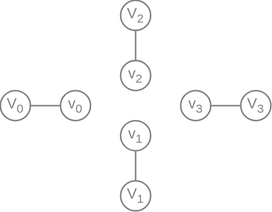
This is wiki/MeshGraphVerticesGraph.svg from YoanWithY/kayo, a draw.io export, as it was before one commit. Source tidied: cells renumbered, new cells last; positions are measured from the earlier drawing's top-left corner, leaving out a move shared by most shapes.
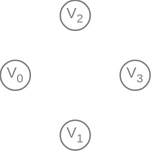
After the change.

Change to the diagram source:
```diff
@@ -2,41 +2,17 @@
   <root>
     <mxCell id="0" />
     <mxCell id="1" value="VertexGraph" parent="0" />
-    <mxCell id="2" style="edgeStyle=none;html=1;endArrow=none;endFill=0;strokeColor=#808080;" parent="1" edge="1" source="3" target="4">
-      <mxGeometry relative="1" as="geometry" />
-    </mxCell>
     <mxCell id="3" value="V&lt;sub style=&quot;&quot;&gt;&lt;font style=&quot;font-size: 8px;&quot;&gt;0&lt;/font&gt;&lt;/sub&gt;" style="ellipse;whiteSpace=wrap;html=1;fontSize=10;fillColor=none;strokeColor=#808080;fontColor=#808080;" parent="1" vertex="1">
-      <mxGeometry y="60" width="20" height="20" as="geometry" />
+      <mxGeometry x="40" y="60" width="20" height="20" as="geometry" />
     </mxCell>
-    <mxCell id="4" value="v&lt;sub style=&quot;&quot;&gt;&lt;font style=&quot;font-size: 8px;&quot;&gt;0&lt;/font&gt;&lt;/sub&gt;" style="ellipse;whiteSpace=wrap;html=1;fontSize=10;fillColor=none;strokeColor=#808080;fontColor=#808080;" parent="1" vertex="1">
-      <mxGeometry x="40" y="60" width="20" height="20" as="geometry" />
-    </mxCell>
-    <mxCell id="5" style="edgeStyle=none;html=1;endArrow=none;endFill=0;strokeColor=#808080;" parent="1" edge="1" source="6" target="7">
-      <mxGeometry relative="1" as="geometry" />
-    </mxCell>
     <mxCell id="6" value="V&lt;sub style=&quot;&quot;&gt;&lt;font style=&quot;font-size: 8px;&quot;&gt;1&lt;/font&gt;&lt;/sub&gt;" style="ellipse;whiteSpace=wrap;html=1;fontSize=10;fillColor=none;strokeColor=#808080;fontColor=#808080;" parent="1" vertex="1">
-      <mxGeometry x="80" y="120" width="20" height="20" as="geometry" />
+      <mxGeometry x="80" y="100" width="20" height="20" as="geometry" />
     </mxCell>
-    <mxCell id="7" value="v&lt;sub style=&quot;&quot;&gt;&lt;font style=&quot;font-size: 8px;&quot;&gt;1&lt;/font&gt;&lt;/sub&gt;" style="ellipse;whiteSpace=wrap;html=1;fontSize=10;fillColor=none;strokeColor=#808080;fontColor=#808080;" parent="1" vertex="1">
-      <mxGeometry x="80" y="80" width="20" height="20" as="geometry" />
-    </mxCell>
-    <mxCell id="8" style="edgeStyle=none;html=1;endArrow=none;endFill=0;strokeColor=#808080;" parent="1" edge="1" source="9" target="10">
-      <mxGeometry relative="1" as="geometry" />
-    </mxCell>
     <mxCell id="9" value="V&lt;sub style=&quot;&quot;&gt;&lt;font style=&quot;font-size: 8px;&quot;&gt;2&lt;/font&gt;&lt;/sub&gt;" style="ellipse;whiteSpace=wrap;html=1;fontSize=10;fillColor=none;strokeColor=#808080;fontColor=#808080;" parent="1" vertex="1">
-      <mxGeometry x="80" width="20" height="20" as="geometry" />
+      <mxGeometry x="80" y="20" width="20" height="20" as="geometry" />
     </mxCell>
-    <mxCell id="10" value="v&lt;sub style=&quot;&quot;&gt;&lt;font style=&quot;font-size: 8px;&quot;&gt;2&lt;/font&gt;&lt;/sub&gt;" style="ellipse;whiteSpace=wrap;html=1;fontSize=10;fillColor=none;strokeColor=#808080;fontColor=#808080;" parent="1" vertex="1">
-      <mxGeometry x="80" y="40" width="20" height="20" as="geometry" />
-    </mxCell>
-    <mxCell id="11" style="edgeStyle=none;html=1;endArrow=none;endFill=0;strokeColor=#808080;" parent="1" edge="1" source="12" target="13">
-      <mxGeometry relative="1" as="geometry" />
-    </mxCell>
     <mxCell id="12" value="V&lt;sub style=&quot;&quot;&gt;&lt;font style=&quot;font-size: 8px;&quot;&gt;3&lt;/font&gt;&lt;/sub&gt;" style="ellipse;whiteSpace=wrap;html=1;fontSize=10;fillColor=none;strokeColor=#808080;fontColor=#808080;" parent="1" vertex="1">
-      <mxGeometry x="160" y="60" width="20" height="20" as="geometry" />
+      <mxGeometry x="120" y="60" width="20" height="20" as="geometry" />
     </mxCell>
-    <mxCell id="13" value="v&lt;sub style=&quot;&quot;&gt;&lt;font style=&quot;font-size: 8px;&quot;&gt;3&lt;/font&gt;&lt;/sub&gt;" style="ellipse;whiteSpace=wrap;html=1;fontSize=10;fillColor=none;strokeColor=#808080;fontColor=#808080;" parent="1" vertex="1">
-      <mxGeometry x="120" y="60" width="20" height="20" as="geometry" />
-    </mxCell>
   </root>
 </mxGraphModel>
```
